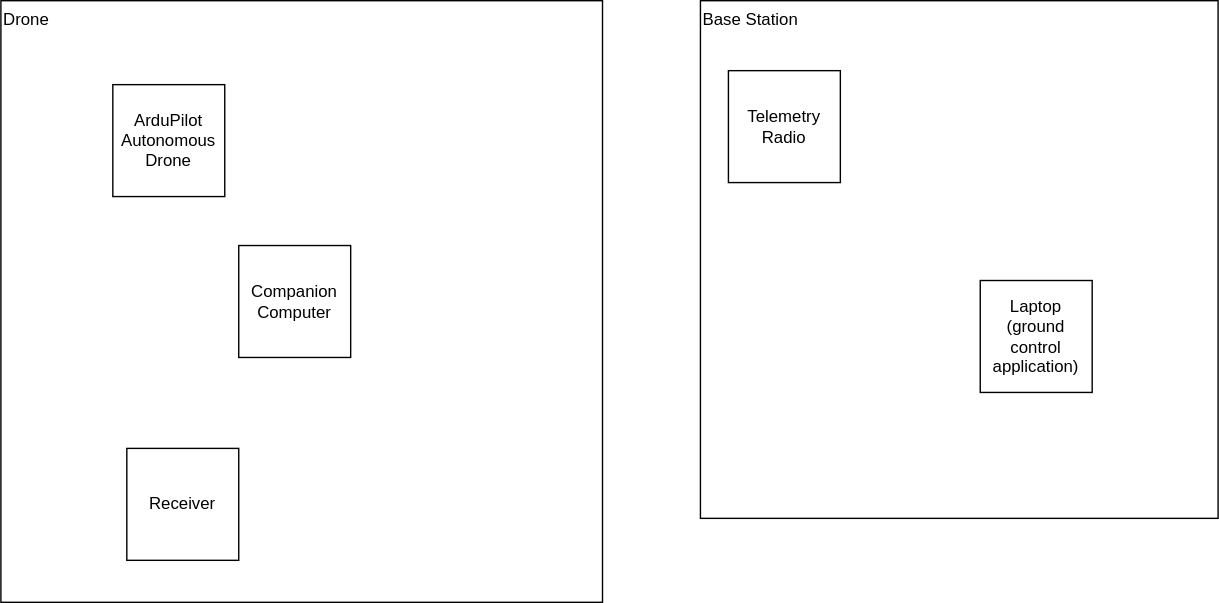
The draw.io diagram diagrams/system-diagram.drawio.svg in Avy-Dawgs/system-definition, before a commit. Source tidied: cells renumbered, new cells last; positions are measured from the earlier drawing's top-left corner, leaving out a move shared by most shapes. Its diagram source:
```xml
<mxGraphModel>
  <root>
    <mxCell id="0" />
    <mxCell id="1" parent="0" />
    <mxCell id="2" value="Drone" style="whiteSpace=wrap;html=1;align=left;verticalAlign=top;" parent="1" vertex="1">
      <mxGeometry width="430" height="430" as="geometry" />
    </mxCell>
    <mxCell id="3" value="ArduPilot Autonomous Drone" style="whiteSpace=wrap;html=1;" parent="1" vertex="1">
      <mxGeometry x="80" y="60" width="80" height="80" as="geometry" />
    </mxCell>
    <mxCell id="4" value="Receiver" style="whiteSpace=wrap;html=1;" parent="1" vertex="1">
      <mxGeometry x="90" y="320" width="80" height="80" as="geometry" />
    </mxCell>
    <mxCell id="5" value="Companion Computer" style="whiteSpace=wrap;html=1;" parent="1" vertex="1">
      <mxGeometry x="170" y="175" width="80" height="80" as="geometry" />
    </mxCell>
    <mxCell id="6" value="Base Station" style="whiteSpace=wrap;html=1;align=left;verticalAlign=top;" parent="1" vertex="1">
      <mxGeometry x="500" width="370" height="370" as="geometry" />
    </mxCell>
    <mxCell id="7" value="Telemetry Radio" style="whiteSpace=wrap;html=1;" parent="1" vertex="1">
      <mxGeometry x="520" y="50" width="80" height="80" as="geometry" />
    </mxCell>
    <mxCell id="8" value="Laptop (ground control application)" style="whiteSpace=wrap;html=1;" parent="1" vertex="1">
      <mxGeometry x="700" y="200" width="80" height="80" as="geometry" />
    </mxCell>
  </root>
</mxGraphModel>
```
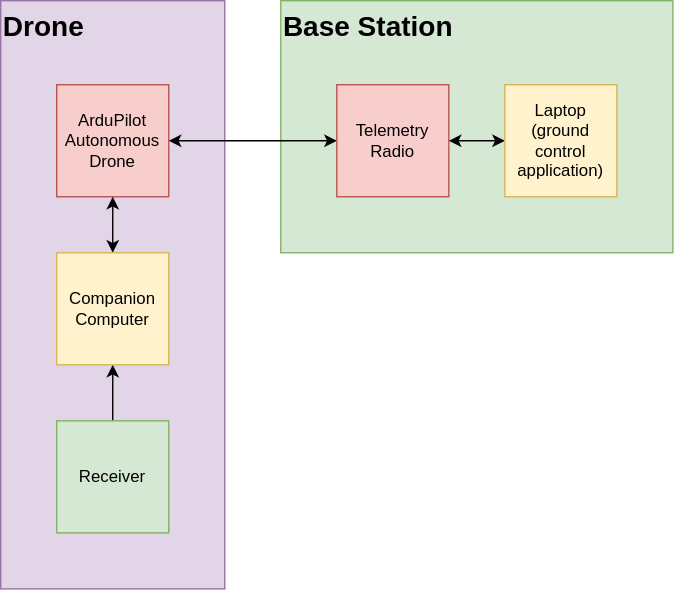
Later version of the same file.

Commit message:
completes system diagram

Change to the diagram source:
```diff
@@ -2,26 +2,38 @@
   <root>
     <mxCell id="0" />
     <mxCell id="1" parent="0" />
+    <mxCell id="6" value="&lt;b&gt;&lt;font style=&quot;font-size: 20px;&quot;&gt;Base Station&lt;/font&gt;&lt;/b&gt;" style="rounded=0;whiteSpace=wrap;html=1;align=left;fillColor=#d5e8d4;strokeColor=#82b366;verticalAlign=top;" parent="1" vertex="1">
+      <mxGeometry x="160" y="-150" width="280" height="180" as="geometry" />
+    </mxCell>
-    <mxCell id="2" value="Drone" style="whiteSpace=wrap;html=1;align=left;verticalAlign=top;" parent="1" vertex="1">
-      <mxGeometry width="430" height="430" as="geometry" />
+    <mxCell id="2" value="&lt;font style=&quot;font-size: 20px;&quot;&gt;&lt;b&gt;Drone&lt;/b&gt;&lt;/font&gt;" style="rounded=0;whiteSpace=wrap;html=1;fillColor=#e1d5e7;strokeColor=#9673a6;align=left;verticalAlign=top;" parent="1" vertex="1">
+      <mxGeometry x="-40" y="-150" width="160" height="420" as="geometry" />
     </mxCell>
-    <mxCell id="3" value="ArduPilot Autonomous Drone" style="whiteSpace=wrap;html=1;" parent="1" vertex="1">
-      <mxGeometry x="80" y="60" width="80" height="80" as="geometry" />
+    <mxCell id="3" value="&lt;font style=&quot;font-size: 12px;&quot;&gt;ArduPilot Autonomous Drone&lt;/font&gt;" style="whiteSpace=wrap;html=1;fillColor=#f8cecc;strokeColor=#b85450;" parent="1" vertex="1">
+      <mxGeometry y="-90" width="80" height="80" as="geometry" />
     </mxCell>
+    <mxCell id="9" style="edgeStyle=orthogonalEdgeStyle;rounded=0;jettySize=auto;html=1;entryX=0.5;entryY=1;entryDx=0;entryDy=0;" parent="1" edge="1" source="4" target="5">
+      <mxGeometry relative="1" as="geometry" />
+    </mxCell>
-    <mxCell id="4" value="Receiver" style="whiteSpace=wrap;html=1;" parent="1" vertex="1">
-      <mxGeometry x="90" y="320" width="80" height="80" as="geometry" />
+    <mxCell id="4" value="Receiver" style="whiteSpace=wrap;html=1;fillColor=#d5e8d4;strokeColor=#82b366;" parent="1" vertex="1">
+      <mxGeometry y="150" width="80" height="80" as="geometry" />
     </mxCell>
+    <mxCell id="10" style="edgeStyle=orthogonalEdgeStyle;rounded=0;jettySize=auto;html=1;entryX=0.5;entryY=1;entryDx=0;entryDy=0;startArrow=classic;startFill=1;" parent="1" edge="1" source="5" target="3">
+      <mxGeometry relative="1" as="geometry" />
+    </mxCell>
-    <mxCell id="5" value="Companion Computer" style="whiteSpace=wrap;html=1;" parent="1" vertex="1">
-      <mxGeometry x="170" y="175" width="80" height="80" as="geometry" />
+    <mxCell id="5" value="Companion Computer" style="whiteSpace=wrap;html=1;fillColor=#fff2cc;strokeColor=#d6b656;" parent="1" vertex="1">
+      <mxGeometry y="30" width="80" height="80" as="geometry" />
     </mxCell>
-    <mxCell id="6" value="Base Station" style="whiteSpace=wrap;html=1;align=left;verticalAlign=top;" parent="1" vertex="1">
-      <mxGeometry x="500" width="370" height="370" as="geometry" />
-    </mxCell>
+    <mxCell id="11" style="edgeStyle=orthogonalEdgeStyle;rounded=0;jettySize=auto;html=1;entryX=1;entryY=0.5;entryDx=0;entryDy=0;startArrow=classic;startFill=1;" parent="1" edge="1" source="7" target="3">
+      <mxGeometry relative="1" as="geometry" />
+    </mxCell>
-    <mxCell id="7" value="Telemetry Radio" style="whiteSpace=wrap;html=1;" parent="1" vertex="1">
-      <mxGeometry x="520" y="50" width="80" height="80" as="geometry" />
+    <mxCell id="7" value="Telemetry Radio" style="whiteSpace=wrap;html=1;fillColor=#f8cecc;strokeColor=#b85450;" parent="1" vertex="1">
+      <mxGeometry x="200" y="-90" width="80" height="80" as="geometry" />
     </mxCell>
+    <mxCell id="12" style="edgeStyle=orthogonalEdgeStyle;rounded=0;jettySize=auto;html=1;entryX=1;entryY=0.5;entryDx=0;entryDy=0;startArrow=classic;startFill=1;endArrow=classic;endFill=1;" parent="1" edge="1" source="8" target="7">
+      <mxGeometry relative="1" as="geometry" />
+    </mxCell>
-    <mxCell id="8" value="Laptop (ground control application)" style="whiteSpace=wrap;html=1;" parent="1" vertex="1">
-      <mxGeometry x="700" y="200" width="80" height="80" as="geometry" />
+    <mxCell id="8" value="Laptop (ground control application)" style="whiteSpace=wrap;html=1;fillColor=#fff2cc;strokeColor=#d6b656;" parent="1" vertex="1">
+      <mxGeometry x="320" y="-90" width="80" height="80" as="geometry" />
     </mxCell>
   </root>
 </mxGraphModel>
```
